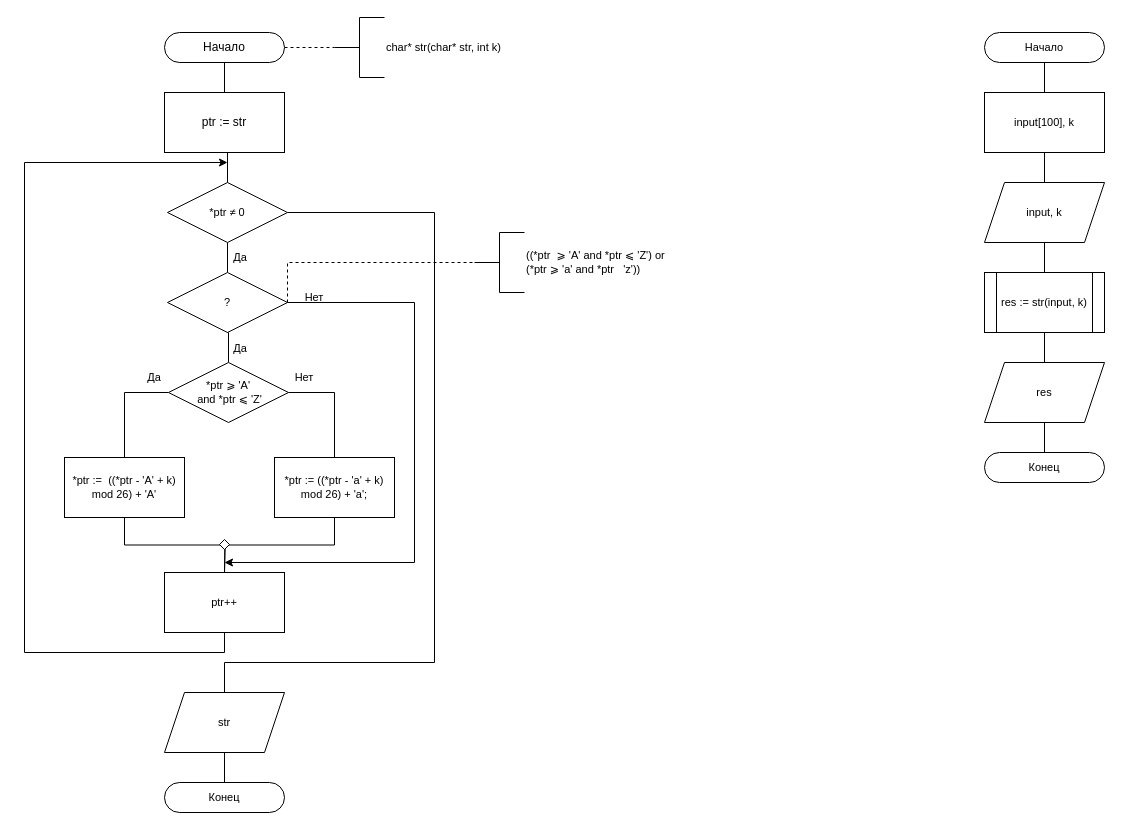
Above: 2.2/report/2.2.3.drawio in marselleze/poais-coding (draw.io), before the change. Source tidied: cells renumbered, new cells numbered last; positions are measured from the earlier drawing's top-left corner, leaving out a move shared by most shapes. Both pictures are drawn from the tidied source at 100%, with x=0, y=0 at pixel (24, 17).
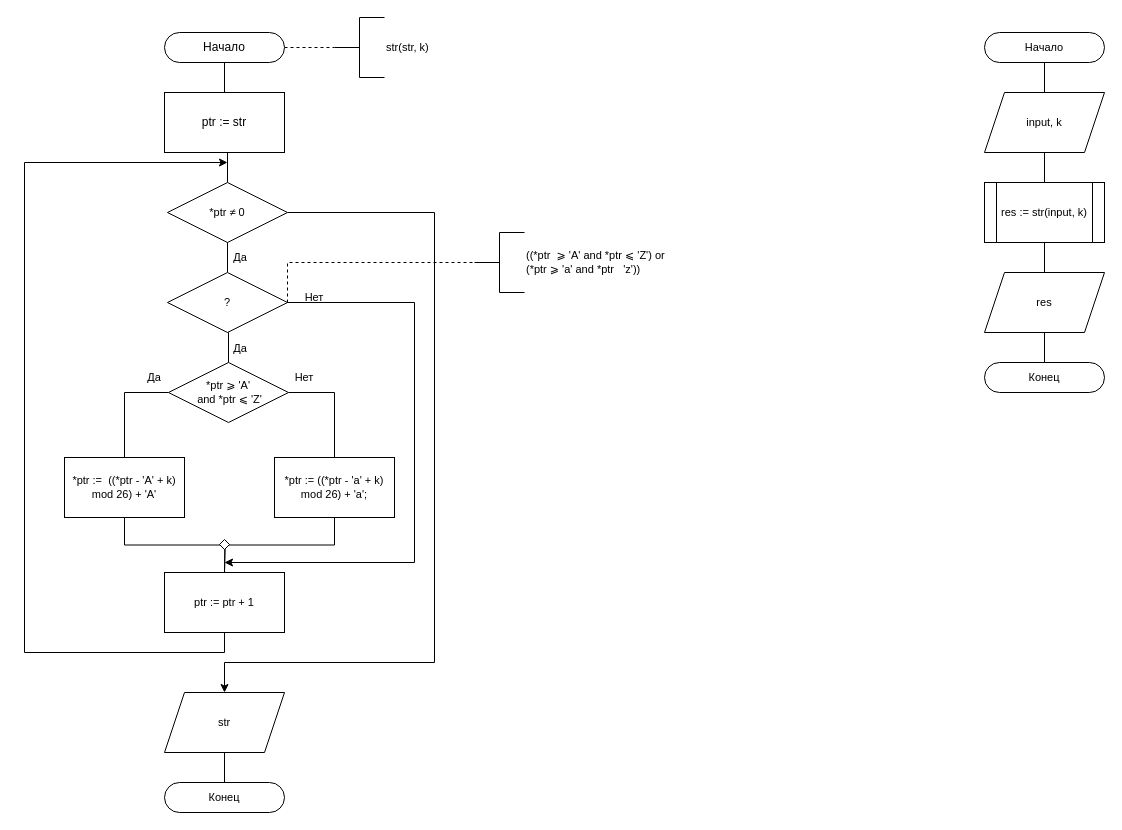
After the change.

Unchanged cells that the change refers to:
```xml
<mxCell id="10" value="*ptr&amp;nbsp;≠ 0" style="rhombus;whiteSpace=wrap;html=1;fontFamily=Helvetica;fontSize=11;fontColor=default;" parent="1" vertex="1">
  <mxGeometry x="143" y="165" width="120" height="60" as="geometry" />
</mxCell>
<mxCell id="32" value="str" style="shape=parallelogram;perimeter=parallelogramPerimeter;whiteSpace=wrap;html=1;fixedSize=1;fontFamily=Helvetica;fontSize=11;fontColor=default;" parent="1" vertex="1">
  <mxGeometry x="140" y="675" width="120" height="60" as="geometry" />
</mxCell>
<mxCell id="35" value="Начало" style="rounded=1;whiteSpace=wrap;html=1;arcSize=50;fontFamily=Helvetica;fontSize=11;fontColor=default;" parent="1" vertex="1">
  <mxGeometry x="960" y="15" width="120" height="30" as="geometry" />
</mxCell>
```

Change to the diagram source:
```diff
@@
-    <mxCell id="5" value="char* str(char* str, int k)" style="strokeWidth=1;html=1;shape=mxgraph.flowchart.annotation_2;align=left;labelPosition=right;fontFamily=Helvetica;fontSize=11;fontColor=default;" parent="1" vertex="1">
+    <mxCell id="5" value="str(str, k)" style="strokeWidth=1;html=1;shape=mxgraph.flowchart.annotation_2;align=left;labelPosition=right;fontFamily=Helvetica;fontSize=11;fontColor=default;" parent="1" vertex="1">
       <mxGeometry x="310" width="50" height="60" as="geometry" />
     </mxCell>
@@
-    <mxCell id="9" style="edgeStyle=orthogonalEdgeStyle;shape=connector;rounded=0;jettySize=auto;html=1;exitX=1;exitY=0.5;exitDx=0;exitDy=0;entryX=0.5;entryY=0;entryDx=0;entryDy=0;labelBackgroundColor=default;strokeColor=default;fontFamily=Helvetica;fontSize=11;fontColor=default;endArrow=none;endFill=0;" parent="1" edge="1" source="10" target="32">
+    <mxCell id="9" style="edgeStyle=orthogonalEdgeStyle;shape=connector;rounded=0;jettySize=auto;html=1;exitX=1;exitY=0.5;exitDx=0;exitDy=0;entryX=0.5;entryY=0;entryDx=0;entryDy=0;labelBackgroundColor=default;strokeColor=default;fontFamily=Helvetica;fontSize=11;fontColor=default;endArrow=classic;endFill=1;" parent="1" edge="1" source="10" target="32">
       <mxGeometry relative="1" as="geometry">
         <Array as="points">
           <mxPoint x="410" y="195" />
           <mxPoint x="410" y="645" />
           <mxPoint x="200" y="645" />
         </Array>
       </mxGeometry>
     </mxCell>
@@
-    <mxCell id="27" value="ptr++" style="rounded=0;whiteSpace=wrap;html=1;fontFamily=Helvetica;fontSize=11;fontColor=default;" parent="1" vertex="1">
+    <mxCell id="27" value="ptr := ptr + 1" style="rounded=0;whiteSpace=wrap;html=1;fontFamily=Helvetica;fontSize=11;fontColor=default;" parent="1" vertex="1">
       <mxGeometry x="140" y="555" width="120" height="60" as="geometry" />
     </mxCell>
@@
-    <mxCell id="34" style="edgeStyle=orthogonalEdgeStyle;shape=connector;rounded=0;jettySize=auto;html=1;exitX=0.5;exitY=1;exitDx=0;exitDy=0;entryX=0.5;entryY=0;entryDx=0;entryDy=0;labelBackgroundColor=default;strokeColor=default;fontFamily=Helvetica;fontSize=11;fontColor=default;endArrow=none;endFill=0;" parent="1" edge="1" source="35" target="37">
-      <mxGeometry relative="1" as="geometry" />
+    <mxCell id="34" style="edgeStyle=orthogonalEdgeStyle;shape=connector;rounded=0;jettySize=auto;html=1;exitX=0.5;exitY=1;exitDx=0;exitDy=0;entryX=0.5;entryY=0;entryDx=0;entryDy=0;labelBackgroundColor=default;strokeColor=default;fontFamily=Helvetica;fontSize=11;fontColor=default;endArrow=none;endFill=0;" parent="1" edge="1" source="35">
+      <mxGeometry relative="1" as="geometry">
+        <mxPoint x="1020" y="75" as="targetPoint" />
+      </mxGeometry>
     </mxCell>
@@
-    <mxCell id="36" style="edgeStyle=orthogonalEdgeStyle;shape=connector;rounded=0;jettySize=auto;html=1;exitX=0.5;exitY=1;exitDx=0;exitDy=0;entryX=0.5;entryY=0;entryDx=0;entryDy=0;labelBackgroundColor=default;strokeColor=default;fontFamily=Helvetica;fontSize=11;fontColor=default;endArrow=none;endFill=0;" parent="1" edge="1" source="37" target="39">
-      <mxGeometry relative="1" as="geometry" />
-    </mxCell>
-    <mxCell id="37" value="input[100], k" style="rounded=0;whiteSpace=wrap;html=1;fontFamily=Helvetica;fontSize=11;fontColor=default;" parent="1" vertex="1">
-      <mxGeometry x="960" y="75" width="120" height="60" as="geometry" />
-    </mxCell>
@@
     <mxCell id="39" value="input, k" style="shape=parallelogram;perimeter=parallelogramPerimeter;whiteSpace=wrap;html=1;fixedSize=1;fontFamily=Helvetica;fontSize=11;fontColor=default;" parent="1" vertex="1">
-      <mxGeometry x="960" y="165" width="120" height="60" as="geometry" />
+      <mxGeometry x="960" y="75" width="120" height="60" as="geometry" />
     </mxCell>
@@
     <mxCell id="41" value="res := str(input, k)" style="shape=process;whiteSpace=wrap;html=1;backgroundOutline=1;fontFamily=Helvetica;fontSize=11;fontColor=default;" parent="1" vertex="1">
-      <mxGeometry x="960" y="255" width="120" height="60" as="geometry" />
+      <mxGeometry x="960" y="165" width="120" height="60" as="geometry" />
     </mxCell>
@@
     <mxCell id="43" value="res" style="shape=parallelogram;perimeter=parallelogramPerimeter;whiteSpace=wrap;html=1;fixedSize=1;fontFamily=Helvetica;fontSize=11;fontColor=default;" parent="1" vertex="1">
-      <mxGeometry x="960" y="345" width="120" height="60" as="geometry" />
+      <mxGeometry x="960" y="255" width="120" height="60" as="geometry" />
     </mxCell>
     <mxCell id="44" value="Конец" style="rounded=1;whiteSpace=wrap;html=1;arcSize=50;fontFamily=Helvetica;fontSize=11;fontColor=default;" parent="1" vertex="1">
-      <mxGeometry x="960" y="435" width="120" height="30" as="geometry" />
+      <mxGeometry x="960" y="345" width="120" height="30" as="geometry" />
     </mxCell>
```
